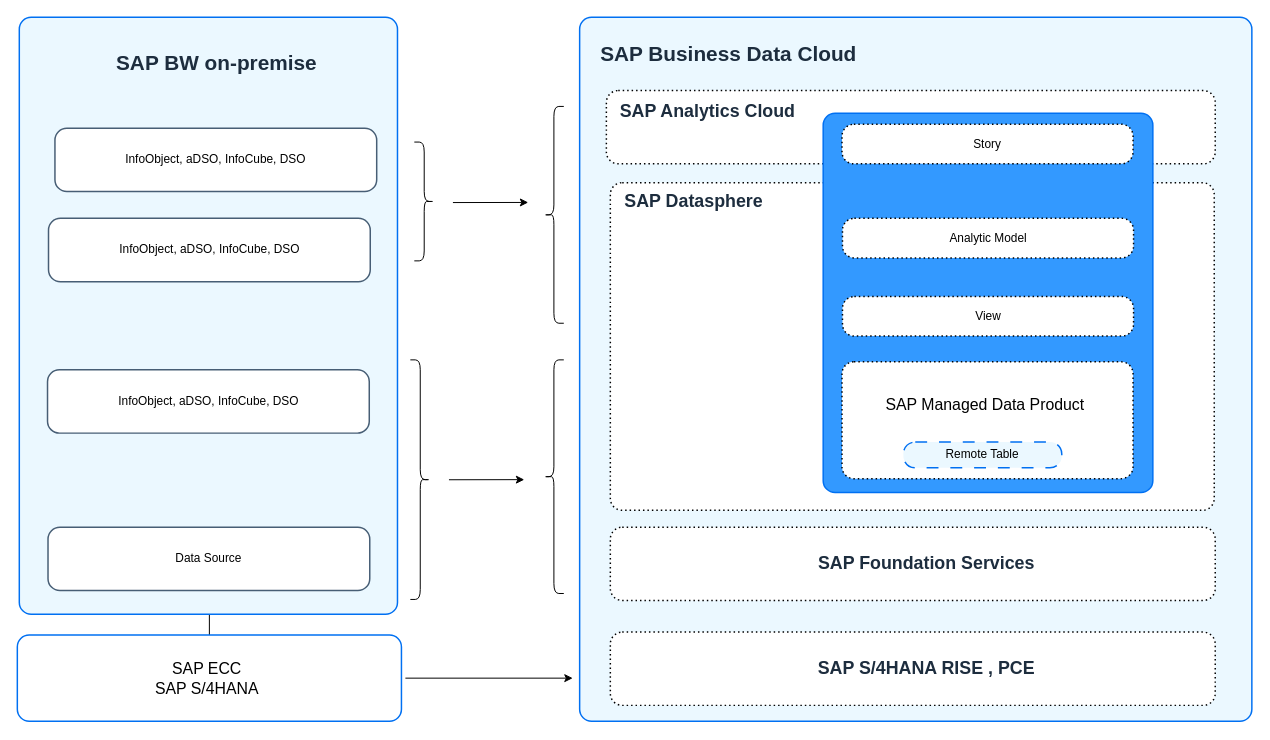
Above: docs/ref-arch/RA0013/4-modernizing-sap-bw-with-sap-bdc/drawio/bw-approach-3.drawio in SAP/architecture-center (draw.io), before the change. Source tidied: cells renumbered, new cells numbered last; positions are measured from the earlier drawing's top-left corner, leaving out a move shared by most shapes. Both pictures are drawn from the tidied source at 99%, with x=0, y=0 at pixel (17, 17). Pictures stored in the file or linked from it are replaced by grey dashed boxes.
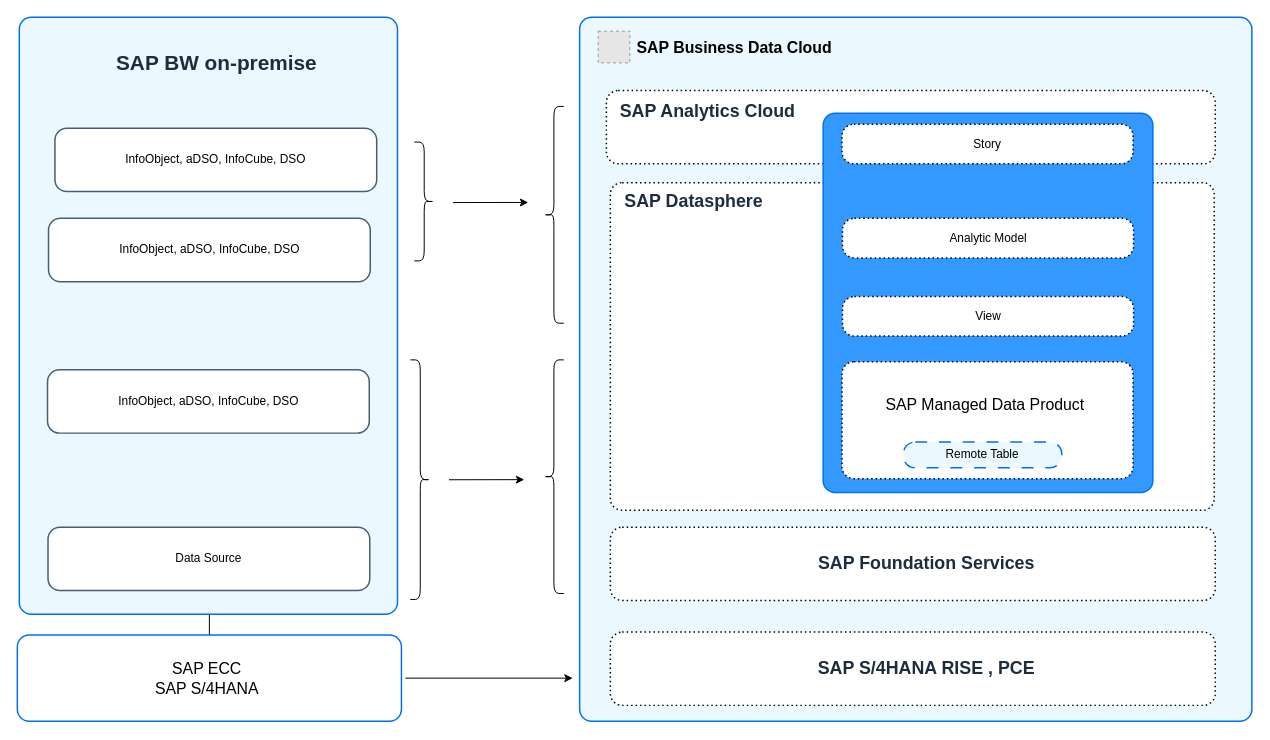
After the change.

Diff of the diagram source:
```diff
@@
-    <mxCell id="6" value="&lt;font face=&quot;arial&quot; style=&quot;font-size: 21px;&quot;&gt;&lt;b style=&quot;&quot;&gt;SAP Business Data Cloud&amp;nbsp;&lt;/b&gt;&lt;/font&gt;" style="text;html=1;align=center;verticalAlign=middle;strokeColor=none;fillColor=none;fontSize=12;fontColor=#1D2D3E;fontFamily=Helvetica;" parent="1" vertex="1">
-      <mxGeometry x="576" y="17" width="290" height="40" as="geometry" />
-    </mxCell>
@@
+    <mxCell id="33" style="group;" parent="1" vertex="1">
+      <mxGeometry x="586.7" y="14" width="246" height="32" as="geometry" />
+    </mxCell>
+    <mxCell id="34" style="fillColor=#E6E6E6;strokeColor=#999999;dashed=1;verticalLabelPosition=bottom;labelBackgroundColor=default;verticalAlign=top;fontSize=12;fontColor=#1D2D3E;fontStyle=0;" parent="33" vertex="1">
+      <mxGeometry width="32" height="32" as="geometry" />
+    </mxCell>
+    <mxCell id="6" value="&lt;b style=&quot;&quot;&gt;&lt;font style=&quot;font-size: 16px;&quot;&gt;SAP Business Data Cloud&lt;/font&gt;&lt;/b&gt;" style="text;html=1;strokeColor=none;fillColor=none;align=center;verticalAlign=middle;whiteSpace=wrap;rounded=0;fontSize=14;fontColor=#000000;opacity=0;" parent="33" vertex="1">
+      <mxGeometry x="29" y="2" width="217" height="30" as="geometry" />
+    </mxCell>
```
